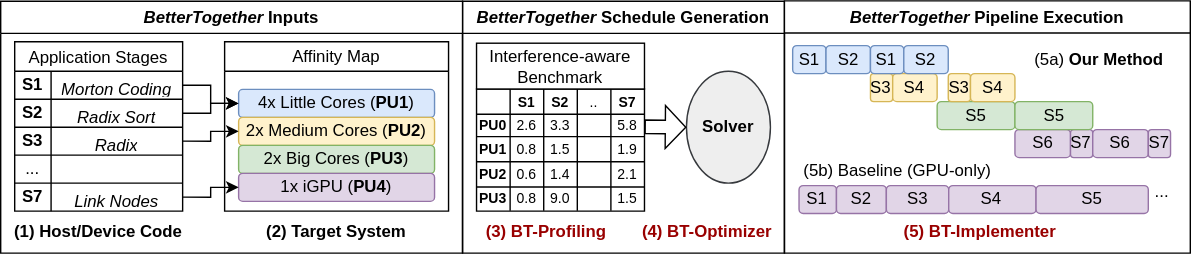
This is scripts/paper_figures/svg/figure_2_framework_diagram.drawio.svg from ucsc-redwood/better-together, a draw.io export, as it was before one commit. Source tidied: cells renumbered, new cells last; positions are measured from the earlier drawing's top-left corner, leaving out a move shared by most shapes.
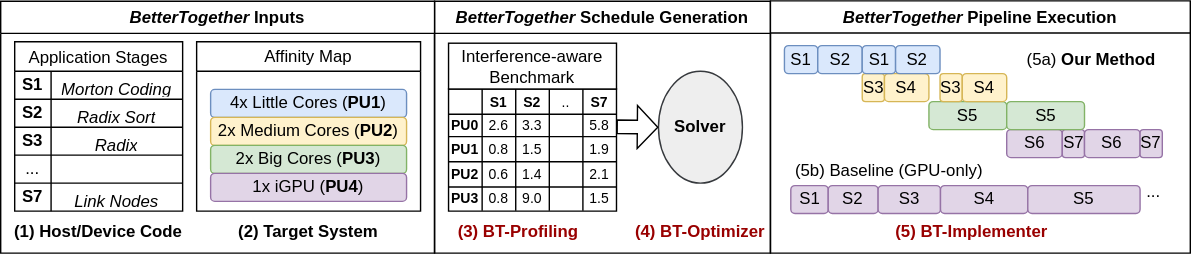
After the change.

Diff of the diagram source:
```diff
@@ -3,7 +3,7 @@
     <mxCell id="0" />
     <mxCell id="1" parent="0" />
     <mxCell id="2" value="&lt;i&gt;BetterTogether &lt;/i&gt;Schedule Generation" style="swimlane;whiteSpace=wrap;html=1;" parent="1" vertex="1">
-      <mxGeometry x="330" y="0.3" width="230" height="180" as="geometry" />
+      <mxGeometry x="310" y="0.3" width="240" height="180" as="geometry" />
     </mxCell>
     <mxCell id="3" style="group;" parent="2" vertex="1">
       <mxGeometry x="10" y="30" width="120" height="120" as="geometry" />
@@ -107,20 +107,20 @@
     <mxCell id="36" value="&lt;b&gt;Solver&lt;/b&gt;" style="ellipse;whiteSpace=wrap;html=1;fillColor=#eeeeee;strokeColor=#36393d;" parent="2" vertex="1">
       <mxGeometry x="160" y="50" width="60" height="80" as="geometry" />
     </mxCell>
-    <mxCell id="37" style="shape=flexArrow;endArrow=classic;html=1;rounded=0;width=9.714285714285714;endSize=4.537142857142857;" parent="2" edge="1">
-      <mxGeometry relative="1" as="geometry">
-        <mxPoint x="130" y="89.8" as="sourcePoint" />
-        <mxPoint x="160" y="90" as="targetPoint" />
-      </mxGeometry>
-    </mxCell>
+    <mxCell id="94" style="shape=flexArrow;endArrow=classic;html=1;rounded=0;width=9.714285714285714;endSize=4.537142857142857;" parent="2" edge="1">
+      <mxGeometry relative="1" as="geometry">
+        <mxPoint x="130" y="89.8" as="sourcePoint" />
+        <mxPoint x="160" y="90" as="targetPoint" />
+      </mxGeometry>
+    </mxCell>
     <mxCell id="38" value="&lt;b&gt;(4) BT-Optimizer&lt;/b&gt;" style="text;html=1;align=center;verticalAlign=middle;whiteSpace=wrap;rounded=0;fontColor=#990000;" parent="2" vertex="1">
-      <mxGeometry x="120" y="155" width="110" height="20" as="geometry" />
+      <mxGeometry x="140" y="155" width="100" height="20" as="geometry" />
     </mxCell>
     <mxCell id="39" value="&lt;b&gt;(3) BT-Profiling&lt;/b&gt;" style="text;html=1;align=center;verticalAlign=middle;whiteSpace=wrap;rounded=0;fontColor=#990000;" parent="2" vertex="1">
       <mxGeometry x="10" y="155" width="100" height="20" as="geometry" />
     </mxCell>
     <mxCell id="40" value="&lt;i&gt;BetterTogether&amp;nbsp;&lt;/i&gt;Inputs" style="swimlane;whiteSpace=wrap;html=1;verticalAlign=middle;" parent="1" vertex="1">
-      <mxGeometry y="0.3" width="330" height="180" as="geometry" />
+      <mxGeometry y="0.3" width="310" height="180" as="geometry" />
     </mxCell>
     <mxCell id="41" value="Application Stages" style="shape=table;startSize=21;strokeColor=default;fontSize=12;" parent="40" vertex="1">
       <mxGeometry x="10" y="29" width="120" height="121" as="geometry" />
@@ -174,7 +174,7 @@
       <mxGeometry x="1.2" y="150" width="137.5" height="30" as="geometry" />
     </mxCell>
     <mxCell id="58" value="&lt;span style=&quot;font-weight: normal;&quot;&gt;Affinity Map&lt;/span&gt;" style="swimlane;whiteSpace=wrap;html=1;startSize=21;" parent="40" vertex="1">
-      <mxGeometry x="160" y="29" width="160" height="121" as="geometry" />
+      <mxGeometry x="140" y="29" width="160" height="121" as="geometry" />
     </mxCell>
     <mxCell id="59" style="group;" parent="58" vertex="1">
       <mxGeometry x="10" y="34" width="140" height="80" as="geometry" />
@@ -192,94 +192,82 @@
       <mxGeometry y="60" width="140" height="20" as="geometry" />
     </mxCell>
     <mxCell id="64" value="&lt;b&gt;(2)&amp;nbsp;Target System&lt;/b&gt;" style="text;html=1;align=center;verticalAlign=middle;whiteSpace=wrap;rounded=0;" parent="40" vertex="1">
-      <mxGeometry x="185" y="150" width="110" height="30" as="geometry" />
+      <mxGeometry x="165" y="150" width="110" height="30" as="geometry" />
     </mxCell>
-    <mxCell id="65" style="edgeStyle=orthogonalEdgeStyle;rounded=0;jettySize=auto;html=1;exitX=1;exitY=0.5;exitDx=0;exitDy=0;entryX=0;entryY=0.5;entryDx=0;entryDy=0;" parent="40" edge="1" source="42" target="60">
-      <mxGeometry relative="1" as="geometry" />
-    </mxCell>
-    <mxCell id="66" style="edgeStyle=orthogonalEdgeStyle;rounded=0;jettySize=auto;html=1;exitX=1;exitY=0.5;exitDx=0;exitDy=0;entryX=0;entryY=0.5;entryDx=0;entryDy=0;" parent="40" edge="1" source="45" target="60">
-      <mxGeometry relative="1" as="geometry" />
-    </mxCell>
-    <mxCell id="67" style="edgeStyle=orthogonalEdgeStyle;rounded=0;jettySize=auto;html=1;exitX=1;exitY=0.5;exitDx=0;exitDy=0;entryX=0;entryY=0.5;entryDx=0;entryDy=0;" parent="40" edge="1" source="48" target="61">
-      <mxGeometry relative="1" as="geometry" />
-    </mxCell>
-    <mxCell id="68" style="edgeStyle=orthogonalEdgeStyle;rounded=0;jettySize=auto;html=1;exitX=1;exitY=0.5;exitDx=0;exitDy=0;entryX=0;entryY=0.5;entryDx=0;entryDy=0;" parent="40" edge="1" source="54" target="63">
-      <mxGeometry relative="1" as="geometry" />
-    </mxCell>
     <mxCell id="69" value="&lt;i&gt;BetterTogether&amp;nbsp;&lt;/i&gt;Pipeline Execution" style="swimlane;whiteSpace=wrap;html=1;" parent="1" vertex="1">
-      <mxGeometry x="560" width="290" height="180.3" as="geometry" />
+      <mxGeometry x="550" width="300" height="180.3" as="geometry" />
     </mxCell>
     <mxCell id="70" value="..." style="text;html=1;align=center;verticalAlign=middle;whiteSpace=wrap;rounded=0;" parent="69" vertex="1">
-      <mxGeometry x="260" y="122" width="20" height="30" as="geometry" />
+      <mxGeometry x="264.1" y="122" width="20" height="30" as="geometry" />
     </mxCell>
-    <mxCell id="71" style="group;" parent="69" vertex="1">
-      <mxGeometry x="5.9" y="32" width="270" height="100" as="geometry" />
-    </mxCell>
+    <mxCell id="95" style="group;" parent="69" vertex="1">
+      <mxGeometry x="10" y="32" width="270" height="100" as="geometry" />
+    </mxCell>
-    <mxCell id="72" value="&lt;font&gt;S1&lt;/font&gt;" style="rounded=1;whiteSpace=wrap;html=1;fontSize=12;fillColor=#dae8fc;strokeColor=#6c8ebf;" parent="71" vertex="1">
+    <mxCell id="72" value="&lt;font&gt;S1&lt;/font&gt;" style="rounded=1;whiteSpace=wrap;html=1;fontSize=12;fillColor=#dae8fc;strokeColor=#6c8ebf;" parent="95" vertex="1">
       <mxGeometry width="23.8" height="20" as="geometry" />
     </mxCell>
-    <mxCell id="73" value="S2" style="rounded=1;whiteSpace=wrap;html=1;fontSize=12;fillColor=#dae8fc;strokeColor=#6c8ebf;" parent="71" vertex="1">
+    <mxCell id="73" value="S2" style="rounded=1;whiteSpace=wrap;html=1;fontSize=12;fillColor=#dae8fc;strokeColor=#6c8ebf;" parent="95" vertex="1">
       <mxGeometry x="23.8" width="31.8" height="20" as="geometry" />
     </mxCell>
-    <mxCell id="74" value="S3" style="rounded=1;whiteSpace=wrap;html=1;fontSize=12;fillColor=#fff2cc;strokeColor=#d6b656;" parent="71" vertex="1">
+    <mxCell id="74" value="S3" style="rounded=1;whiteSpace=wrap;html=1;fontSize=12;fillColor=#fff2cc;strokeColor=#d6b656;" parent="95" vertex="1">
       <mxGeometry x="55.6" y="20" width="15.9" height="20" as="geometry" />
     </mxCell>
-    <mxCell id="75" value="S4" style="rounded=1;whiteSpace=wrap;html=1;fontSize=12;fillColor=#fff2cc;strokeColor=#d6b656;" parent="71" vertex="1">
+    <mxCell id="75" value="S4" style="rounded=1;whiteSpace=wrap;html=1;fontSize=12;fillColor=#fff2cc;strokeColor=#d6b656;" parent="95" vertex="1">
       <mxGeometry x="71.5" y="20" width="31.8" height="20" as="geometry" />
     </mxCell>
-    <mxCell id="76" value="S5" style="rounded=1;whiteSpace=wrap;html=1;fontSize=12;fillColor=#d5e8d4;strokeColor=#82b366;" parent="71" vertex="1">
+    <mxCell id="76" value="S5" style="rounded=1;whiteSpace=wrap;html=1;fontSize=12;fillColor=#d5e8d4;strokeColor=#82b366;" parent="95" vertex="1">
       <mxGeometry x="103.2" y="40" width="55.6" height="20" as="geometry" />
     </mxCell>
-    <mxCell id="77" value="S6" style="rounded=1;whiteSpace=wrap;html=1;fontSize=12;fillColor=#e1d5e7;strokeColor=#9673a6;" parent="71" vertex="1">
+    <mxCell id="77" value="S6" style="rounded=1;whiteSpace=wrap;html=1;fontSize=12;fillColor=#e1d5e7;strokeColor=#9673a6;" parent="95" vertex="1">
       <mxGeometry x="158.8" y="60" width="39.7" height="20" as="geometry" />
     </mxCell>
-    <mxCell id="78" value="S7" style="rounded=1;whiteSpace=wrap;html=1;fontSize=12;fillColor=#e1d5e7;strokeColor=#9673a6;" parent="71" vertex="1">
+    <mxCell id="78" value="S7" style="rounded=1;whiteSpace=wrap;html=1;fontSize=12;fillColor=#e1d5e7;strokeColor=#9673a6;" parent="95" vertex="1">
       <mxGeometry x="198.5" y="60" width="15.9" height="20" as="geometry" />
     </mxCell>
-    <mxCell id="79" value="&lt;font&gt;S1&lt;/font&gt;" style="rounded=1;whiteSpace=wrap;html=1;fontSize=12;fillColor=#dae8fc;strokeColor=#6c8ebf;" parent="71" vertex="1">
+    <mxCell id="79" value="&lt;font&gt;S1&lt;/font&gt;" style="rounded=1;whiteSpace=wrap;html=1;fontSize=12;fillColor=#dae8fc;strokeColor=#6c8ebf;" parent="95" vertex="1">
       <mxGeometry x="55.6" width="23.8" height="20" as="geometry" />
     </mxCell>
-    <mxCell id="80" value="S2" style="rounded=1;whiteSpace=wrap;html=1;fontSize=12;fillColor=#dae8fc;strokeColor=#6c8ebf;" parent="71" vertex="1">
+    <mxCell id="80" value="S2" style="rounded=1;whiteSpace=wrap;html=1;fontSize=12;fillColor=#dae8fc;strokeColor=#6c8ebf;" parent="95" vertex="1">
       <mxGeometry x="79.4" width="31.8" height="20" as="geometry" />
     </mxCell>
-    <mxCell id="81" value="S3" style="rounded=1;whiteSpace=wrap;html=1;fontSize=12;fillColor=#fff2cc;strokeColor=#d6b656;" parent="71" vertex="1">
+    <mxCell id="81" value="S3" style="rounded=1;whiteSpace=wrap;html=1;fontSize=12;fillColor=#fff2cc;strokeColor=#d6b656;" parent="95" vertex="1">
       <mxGeometry x="111.2" y="20" width="15.9" height="20" as="geometry" />
     </mxCell>
-    <mxCell id="82" value="S4" style="rounded=1;whiteSpace=wrap;html=1;fontSize=12;fillColor=#fff2cc;strokeColor=#d6b656;" parent="71" vertex="1">
+    <mxCell id="82" value="S4" style="rounded=1;whiteSpace=wrap;html=1;fontSize=12;fillColor=#fff2cc;strokeColor=#d6b656;" parent="95" vertex="1">
       <mxGeometry x="127.1" y="20" width="31.8" height="20" as="geometry" />
     </mxCell>
-    <mxCell id="83" value="S5" style="rounded=1;whiteSpace=wrap;html=1;fontSize=12;fillColor=#d5e8d4;strokeColor=#82b366;" parent="71" vertex="1">
+    <mxCell id="83" value="S5" style="rounded=1;whiteSpace=wrap;html=1;fontSize=12;fillColor=#d5e8d4;strokeColor=#82b366;" parent="95" vertex="1">
       <mxGeometry x="158.8" y="40" width="55.6" height="20" as="geometry" />
     </mxCell>
-    <mxCell id="84" value="S6" style="rounded=1;whiteSpace=wrap;html=1;fontSize=12;fillColor=#e1d5e7;strokeColor=#9673a6;" parent="71" vertex="1">
+    <mxCell id="84" value="S6" style="rounded=1;whiteSpace=wrap;html=1;fontSize=12;fillColor=#e1d5e7;strokeColor=#9673a6;" parent="95" vertex="1">
       <mxGeometry x="214.4" y="60" width="39.7" height="20" as="geometry" />
     </mxCell>
-    <mxCell id="85" value="S7" style="rounded=1;whiteSpace=wrap;html=1;fontSize=12;fillColor=#e1d5e7;strokeColor=#9673a6;" parent="71" vertex="1">
+    <mxCell id="85" value="S7" style="rounded=1;whiteSpace=wrap;html=1;fontSize=12;fillColor=#e1d5e7;strokeColor=#9673a6;" parent="95" vertex="1">
       <mxGeometry x="254.1" y="60" width="15.9" height="20" as="geometry" />
     </mxCell>
-    <mxCell id="86" value="(5a) &lt;b style=&quot;&quot;&gt;Our Method&lt;/b&gt;" style="text;html=1;align=center;verticalAlign=middle;whiteSpace=wrap;rounded=0;" parent="71" vertex="1">
-      <mxGeometry x="159.1" width="120" height="20" as="geometry" />
+    <mxCell id="86" value="(5a) &lt;b style=&quot;&quot;&gt;Our Method&lt;/b&gt;" style="text;html=1;align=center;verticalAlign=middle;whiteSpace=wrap;rounded=0;" parent="95" vertex="1">
+      <mxGeometry x="169.1" width="100.9" height="20" as="geometry" />
     </mxCell>
-    <mxCell id="87" value="(5b) Baseline (GPU-only)" style="text;html=1;align=center;verticalAlign=middle;whiteSpace=wrap;rounded=0;" parent="71" vertex="1">
+    <mxCell id="87" value="(5b) Baseline (GPU-only)" style="text;html=1;align=center;verticalAlign=middle;whiteSpace=wrap;rounded=0;" parent="95" vertex="1">
       <mxGeometry y="80" width="150" height="20" as="geometry" />
     </mxCell>
     <mxCell id="88" value="&lt;font&gt;S1&lt;/font&gt;" style="rounded=1;whiteSpace=wrap;html=1;fontSize=12;fillColor=#e1d5e7;strokeColor=#9673a6;" parent="69" vertex="1">
-      <mxGeometry x="10.4" y="132" width="26.7" height="20" as="geometry" />
+      <mxGeometry x="14.5" y="132" width="26.7" height="20" as="geometry" />
     </mxCell>
     <mxCell id="89" value="S2" style="rounded=1;whiteSpace=wrap;html=1;fontSize=12;fillColor=#e1d5e7;strokeColor=#9673a6;" parent="69" vertex="1">
-      <mxGeometry x="37.2" y="132" width="35.7" height="20" as="geometry" />
+      <mxGeometry x="41.3" y="132" width="35.7" height="20" as="geometry" />
     </mxCell>
     <mxCell id="90" value="S3" style="rounded=1;whiteSpace=wrap;html=1;fontSize=12;fillColor=#e1d5e7;strokeColor=#9673a6;" parent="69" vertex="1">
-      <mxGeometry x="72.8" y="132" width="44.6" height="20" as="geometry" />
+      <mxGeometry x="76.9" y="132" width="44.6" height="20" as="geometry" />
     </mxCell>
     <mxCell id="91" value="S4" style="rounded=1;whiteSpace=wrap;html=1;fontSize=12;fillColor=#e1d5e7;strokeColor=#9673a6;" parent="69" vertex="1">
-      <mxGeometry x="117.4" y="132" width="62.4" height="20" as="geometry" />
+      <mxGeometry x="121.5" y="132" width="62.4" height="20" as="geometry" />
     </mxCell>
     <mxCell id="92" value="S5" style="rounded=1;whiteSpace=wrap;html=1;fontSize=12;fillColor=#e1d5e7;strokeColor=#9673a6;" parent="69" vertex="1">
-      <mxGeometry x="179.8" y="132" width="80.2" height="20" as="geometry" />
+      <mxGeometry x="183.9" y="132" width="80.2" height="20" as="geometry" />
     </mxCell>
     <mxCell id="93" value="&lt;b&gt;&lt;font style=&quot;color: rgb(153, 0, 0);&quot;&gt;(5) BT-Implementer&lt;/font&gt;&lt;/b&gt;" style="text;html=1;align=center;verticalAlign=middle;whiteSpace=wrap;rounded=0;" parent="69" vertex="1">
-      <mxGeometry x="20" y="155.3" width="240" height="20" as="geometry" />
+      <mxGeometry x="24.1" y="155.3" width="240" height="20" as="geometry" />
     </mxCell>
   </root>
 </mxGraphModel>
```
